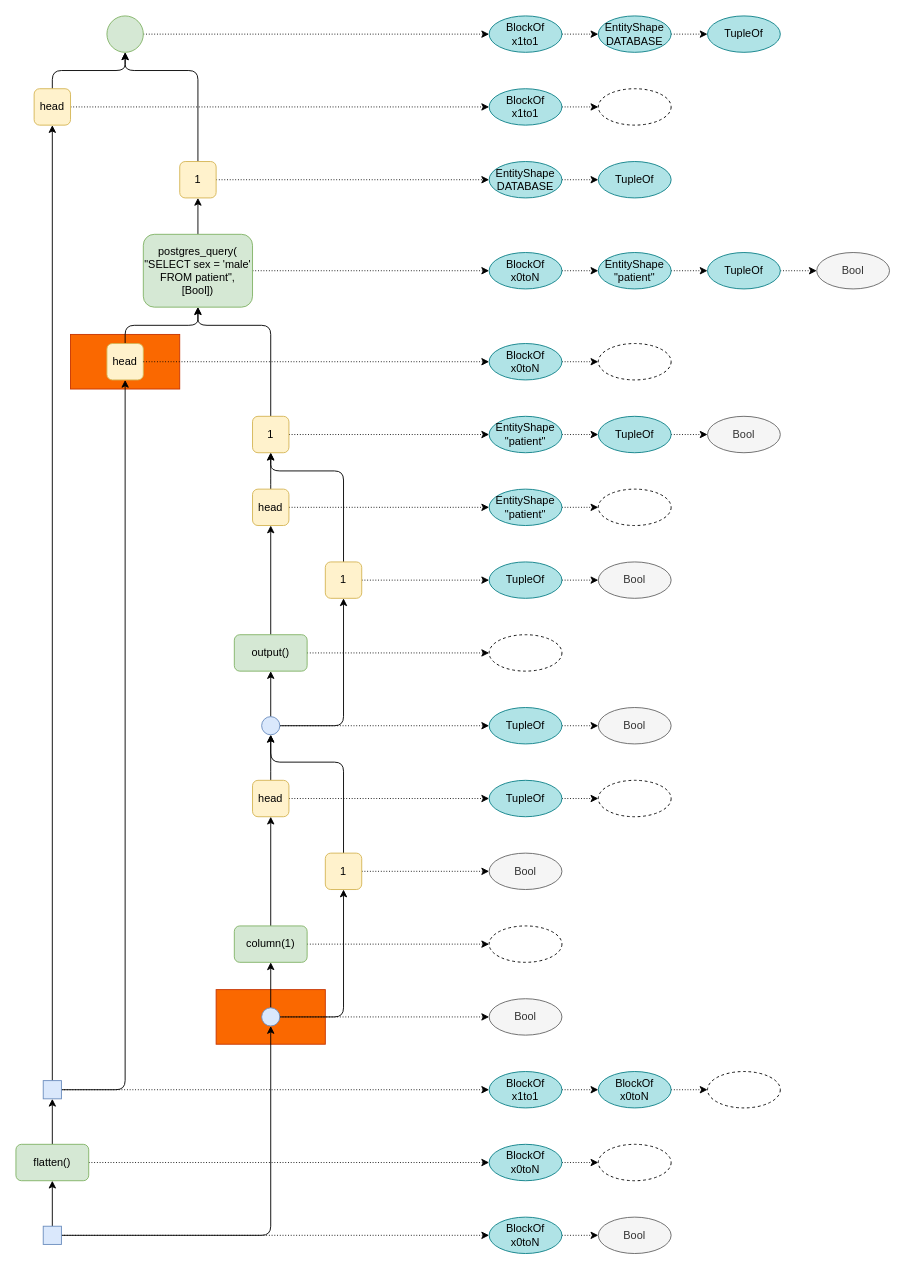
The draw.io diagram page 8 of 12 of sql-tracing.drawio in rbt-lang/diagrams, before the edit. Source tidied: cells renumbered, new cells numbered last; positions are measured from the earlier drawing's top-left corner, leaving out a move shared by most shapes. Both pictures are drawn from the tidied source at 91%, with x=0, y=0 at pixel (15, 15).
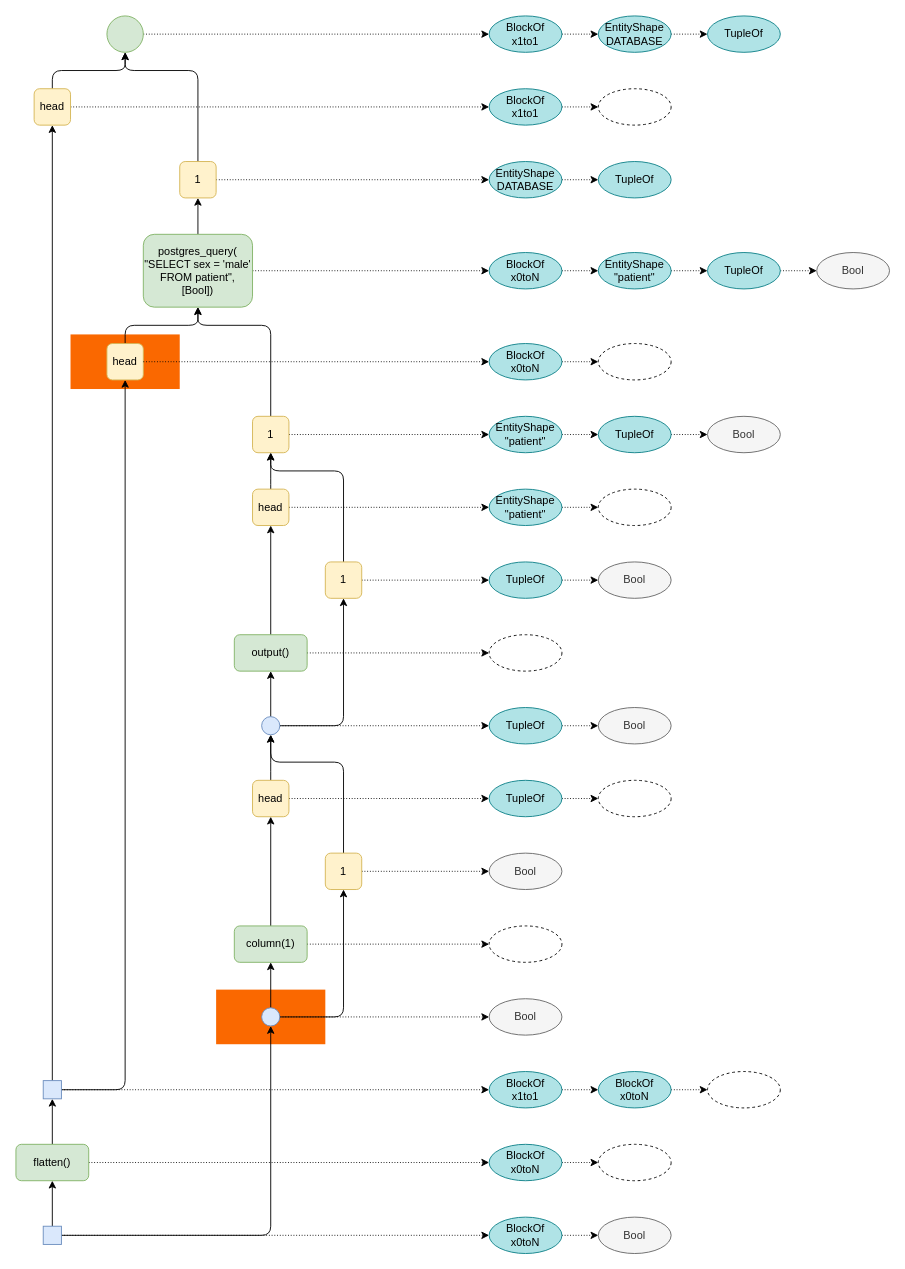
After the change.

Change to the diagram source:
```diff
@@
-    <mxCell id="2" style="rounded=0;whiteSpace=wrap;html=1;fillColor=#fa6800;strokeColor=#C73500;fontColor=#ffffff;" parent="1" vertex="1">
+    <mxCell id="2" style="rounded=0;whiteSpace=wrap;html=1;fillColor=#fa6800;fontColor=#ffffff;strokeColor=none;" parent="1" vertex="1">
       <mxGeometry x="220" y="1070" width="120" height="60" as="geometry" />
     </mxCell>
-    <mxCell id="3" style="rounded=0;whiteSpace=wrap;html=1;fillColor=#fa6800;strokeColor=#C73500;fontColor=#ffffff;" parent="1" vertex="1">
+    <mxCell id="3" style="rounded=0;whiteSpace=wrap;html=1;fillColor=#fa6800;fontColor=#ffffff;strokeColor=none;" parent="1" vertex="1">
       <mxGeometry x="60" y="350" width="120" height="60" as="geometry" />
     </mxCell>
```
